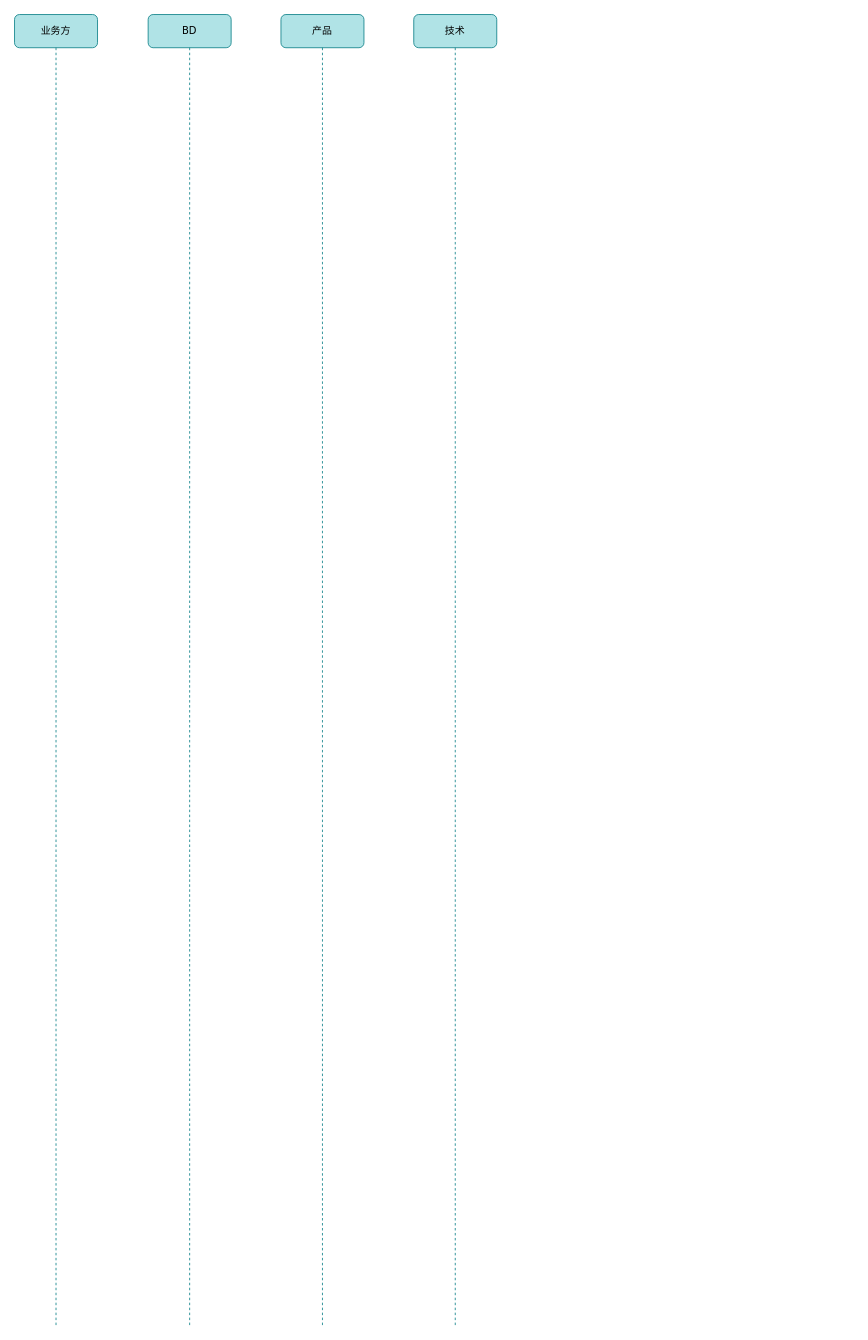
Earlier version of the draw.io diagram page "渠道对接流程" (10 of 10) of 渠道时序图v2.drawio (CatFei666/drawio_gallery). Source tidied: cells renumbered, new cells numbered last; positions are measured from the earlier drawing's top-left corner, leaving out a move shared by most shapes. Both pictures are drawn from the tidied source at 83%, with x=0, y=0 at pixel (14, 14).
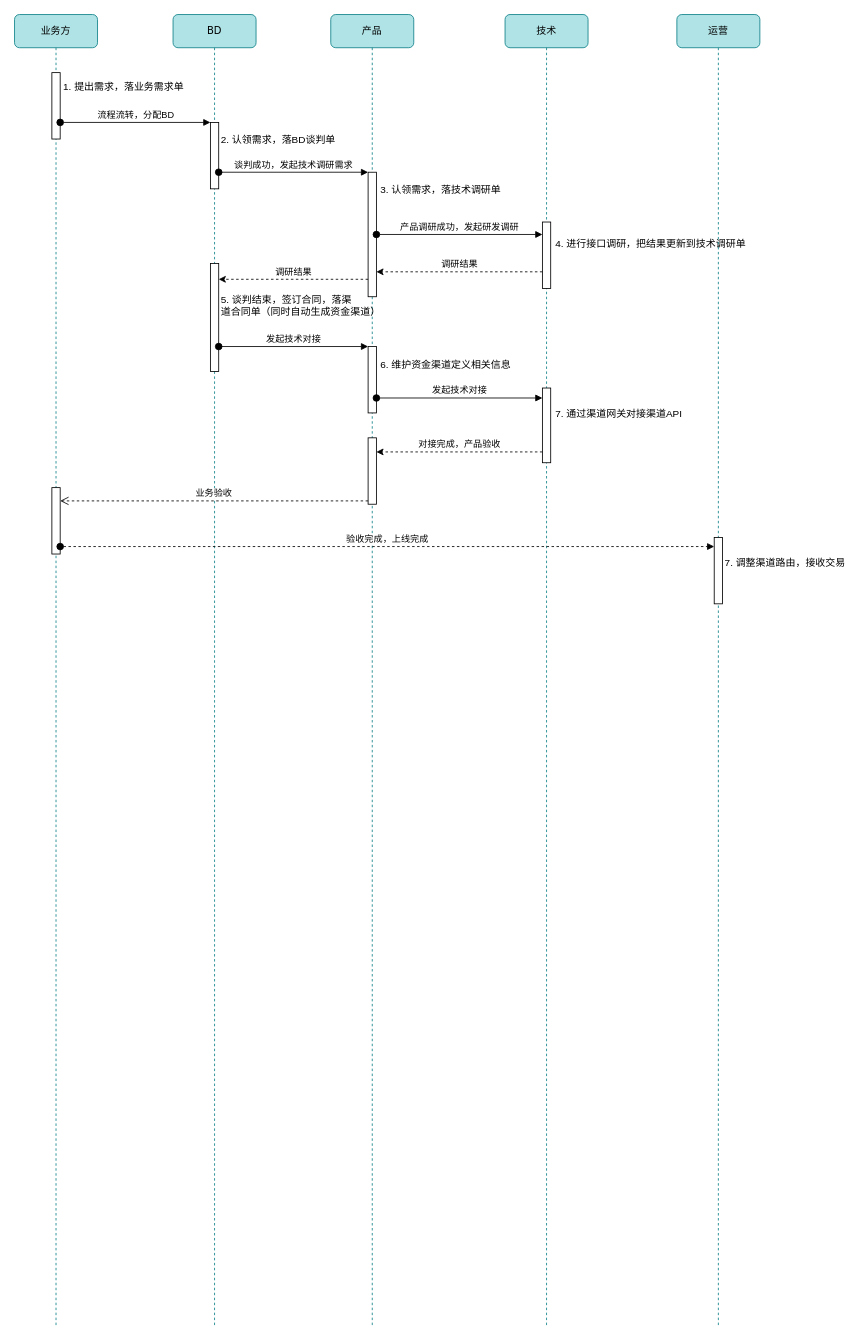
The same diagram, later.

Unchanged cells that the change refers to:
```xml
<mxCell id="2" value="业务方" style="shape=umlLifeline;perimeter=lifelinePerimeter;whiteSpace=wrap;html=1;rounded=1;shadow=0;glass=0;comic=0;sketch=0;strokeWidth=1;fontFamily=Verdana;fillColor=#b0e3e6;strokeColor=#0e8088;" parent="1" vertex="1">
  <mxGeometry width="100" height="1580" as="geometry" />
</mxCell>
```

The edit, as a diff of the source:
```diff
@@
+    <mxCell id="6" style="html=1;points=[];perimeter=orthogonalPerimeter;fontColor=#000000;strokeColor=#000000;align=center;verticalAlign=middle;" parent="2" vertex="1">
+      <mxGeometry x="45" y="70" width="10" height="80" as="geometry" />
+    </mxCell>
+    <mxCell id="7" style="html=1;points=[];perimeter=orthogonalPerimeter;fontColor=#000000;strokeColor=#000000;align=center;verticalAlign=middle;" parent="2" vertex="1">
+      <mxGeometry x="45" y="570" width="10" height="80" as="geometry" />
+    </mxCell>
     <mxCell id="3" value="BD" style="shape=umlLifeline;perimeter=lifelinePerimeter;whiteSpace=wrap;html=1;rounded=1;shadow=0;glass=0;comic=0;sketch=0;strokeWidth=1;fontFamily=Verdana;fillColor=#b0e3e6;strokeColor=#0e8088;" parent="1" vertex="1">
-      <mxGeometry x="161" width="100" height="1580" as="geometry" />
+      <mxGeometry x="191" width="100" height="1580" as="geometry" />
     </mxCell>
+    <mxCell id="8" style="html=1;points=[];perimeter=orthogonalPerimeter;fontColor=#000000;strokeColor=#000000;align=center;verticalAlign=middle;" parent="3" vertex="1">
+      <mxGeometry x="45" y="130" width="10" height="80" as="geometry" />
+    </mxCell>
+    <mxCell id="9" style="html=1;points=[];perimeter=orthogonalPerimeter;fontColor=#000000;strokeColor=#000000;align=center;verticalAlign=middle;" parent="3" vertex="1">
+      <mxGeometry x="45" y="300" width="10" height="130" as="geometry" />
+    </mxCell>
     <mxCell id="4" value="产品" style="shape=umlLifeline;perimeter=lifelinePerimeter;whiteSpace=wrap;html=1;rounded=1;shadow=0;glass=0;comic=0;sketch=0;strokeWidth=1;fontFamily=Verdana;fillColor=#b0e3e6;strokeColor=#0e8088;" parent="1" vertex="1">
-      <mxGeometry x="321" width="100" height="1580" as="geometry" />
+      <mxGeometry x="381" width="100" height="1580" as="geometry" />
     </mxCell>
+    <mxCell id="10" style="html=1;points=[];perimeter=orthogonalPerimeter;fontColor=#000000;strokeColor=#000000;align=center;verticalAlign=middle;" parent="4" vertex="1">
+      <mxGeometry x="45" y="190" width="10" height="150" as="geometry" />
+    </mxCell>
+    <mxCell id="11" style="html=1;points=[];perimeter=orthogonalPerimeter;fontColor=#000000;strokeColor=#000000;align=center;verticalAlign=middle;" parent="4" vertex="1">
+      <mxGeometry x="45" y="400" width="10" height="80" as="geometry" />
+    </mxCell>
+    <mxCell id="12" style="html=1;points=[];perimeter=orthogonalPerimeter;fontColor=#000000;strokeColor=#000000;align=center;verticalAlign=middle;" parent="4" vertex="1">
+      <mxGeometry x="45" y="510" width="10" height="80" as="geometry" />
+    </mxCell>
     <mxCell id="5" value="技术" style="shape=umlLifeline;perimeter=lifelinePerimeter;whiteSpace=wrap;html=1;rounded=1;shadow=0;glass=0;comic=0;sketch=0;strokeWidth=1;fontFamily=Verdana;fillColor=#b0e3e6;strokeColor=#0e8088;" parent="1" vertex="1">
-      <mxGeometry x="481" width="100" height="1580" as="geometry" />
+      <mxGeometry x="591" width="100" height="1580" as="geometry" />
     </mxCell>
+    <mxCell id="13" style="html=1;points=[];perimeter=orthogonalPerimeter;fontColor=#000000;strokeColor=#000000;align=center;verticalAlign=middle;" parent="5" vertex="1">
+      <mxGeometry x="45" y="250" width="10" height="80" as="geometry" />
+    </mxCell>
+    <mxCell id="14" style="html=1;perimeter=orthogonalPerimeter;fontColor=#000000;strokeColor=#000000;align=center;verticalAlign=middle;" parent="5" vertex="1">
+      <mxGeometry x="45" y="450" width="10" height="90" as="geometry" />
+    </mxCell>
+    <mxCell id="15" value="1. 提出需求，落业务需求单" style="text;align=left;fontStyle=0;verticalAlign=middle;spacingLeft=3;spacingRight=3;strokeColor=none;" parent="1" vertex="1">
+      <mxGeometry x="54" y="67" width="160" height="40" as="geometry" />
+    </mxCell>
+    <mxCell id="16" value="流程流转，分配BD" style="html=1;verticalAlign=bottom;startArrow=oval;endArrow=block;startSize=8;rounded=0;fontColor=#000000;" parent="1" edge="1" source="6" target="8">
+      <mxGeometry relative="1" as="geometry" />
+    </mxCell>
+    <mxCell id="17" value="2. 认领需求，落BD谈判单" style="text;align=left;fontStyle=0;verticalAlign=middle;spacingLeft=3;spacingRight=3;strokeColor=none;" parent="1" vertex="1">
+      <mxGeometry x="244" y="130" width="160" height="40" as="geometry" />
+    </mxCell>
+    <mxCell id="18" value="谈判成功，发起技术调研需求" style="html=1;verticalAlign=bottom;startArrow=oval;endArrow=block;startSize=8;rounded=0;fontColor=#000000;" parent="1" edge="1" source="8" target="10">
+      <mxGeometry relative="1" as="geometry" />
+    </mxCell>
+    <mxCell id="19" value="3. 认领需求，落技术调研单" style="text;align=left;fontStyle=0;verticalAlign=middle;spacingLeft=3;spacingRight=3;strokeColor=none;" parent="1" vertex="1">
+      <mxGeometry x="436" y="190" width="160" height="40" as="geometry" />
+    </mxCell>
+    <mxCell id="20" value="产品调研成功，发起研发调研" style="html=1;verticalAlign=bottom;startArrow=oval;endArrow=block;startSize=8;rounded=0;fontColor=#000000;" parent="1" edge="1" source="10" target="13">
+      <mxGeometry relative="1" as="geometry" />
+    </mxCell>
+    <mxCell id="21" value="4. 进行接口调研，把结果更新到技术调研单" style="text;align=left;fontStyle=0;verticalAlign=middle;spacingLeft=3;spacingRight=3;strokeColor=none;" parent="1" vertex="1">
+      <mxGeometry x="647" y="256" width="160" height="40" as="geometry" />
+    </mxCell>
+    <mxCell id="22" value="调研结果" style="edgeStyle=none;rounded=0;jettySize=auto;html=1;fontColor=#000000;dashed=1;verticalAlign=bottom;" parent="1" edge="1" target="10">
+      <mxGeometry relative="1" as="geometry">
+        <mxPoint x="636" y="310" as="sourcePoint" />
+      </mxGeometry>
+    </mxCell>
+    <mxCell id="23" value="调研结果" style="edgeStyle=none;rounded=0;orthogonalLoop=1;jettySize=auto;html=1;dashed=1;fontColor=#000000;verticalAlign=bottom;" parent="1" edge="1">
+      <mxGeometry relative="1" as="geometry">
+        <mxPoint x="426" y="319" as="sourcePoint" />
+        <mxPoint x="246" y="319" as="targetPoint" />
+      </mxGeometry>
+    </mxCell>
+    <mxCell id="24" value="5. 谈判结束，签订合同，落渠&#10;道合同单（同时自动生成资金渠道）" style="text;align=left;fontStyle=0;verticalAlign=middle;spacingLeft=3;spacingRight=3;strokeColor=none;" parent="1" vertex="1">
+      <mxGeometry x="244" y="330" width="160" height="40" as="geometry" />
+    </mxCell>
+    <mxCell id="25" value="发起技术对接" style="html=1;verticalAlign=bottom;startArrow=oval;endArrow=block;startSize=8;rounded=0;fontColor=#000000;" parent="1" edge="1">
+      <mxGeometry relative="1" as="geometry">
+        <mxPoint x="436" y="462" as="sourcePoint" />
+        <mxPoint x="636" y="462" as="targetPoint" />
+      </mxGeometry>
+    </mxCell>
+    <mxCell id="26" value="7. 通过渠道网关对接渠道API" style="text;align=left;fontStyle=0;verticalAlign=middle;spacingLeft=3;spacingRight=3;strokeColor=none;" parent="1" vertex="1">
+      <mxGeometry x="647" y="460" width="160" height="40" as="geometry" />
+    </mxCell>
+    <mxCell id="27" value="发起技术对接" style="html=1;verticalAlign=bottom;startArrow=oval;endArrow=block;startSize=8;rounded=0;fontColor=#000000;" parent="1" edge="1" source="9" target="11">
+      <mxGeometry relative="1" as="geometry" />
+    </mxCell>
+    <mxCell id="28" value="6. 维护资金渠道定义相关信息" style="text;align=left;fontStyle=0;verticalAlign=middle;spacingLeft=3;spacingRight=3;strokeColor=none;" parent="1" vertex="1">
+      <mxGeometry x="436" y="401" width="160" height="40" as="geometry" />
+    </mxCell>
+    <mxCell id="29" value="对接完成，产品验收" style="edgeStyle=none;rounded=0;orthogonalLoop=1;jettySize=auto;html=1;fontColor=#000000;verticalAlign=bottom;dashed=1;" parent="1" edge="1">
+      <mxGeometry relative="1" as="geometry">
+        <mxPoint x="636" y="527" as="sourcePoint" />
+        <mxPoint x="436" y="527" as="targetPoint" />
+      </mxGeometry>
+    </mxCell>
+    <mxCell id="30" value="运营" style="shape=umlLifeline;perimeter=lifelinePerimeter;whiteSpace=wrap;html=1;rounded=1;shadow=0;glass=0;comic=0;sketch=0;strokeWidth=1;fontFamily=Verdana;fillColor=#b0e3e6;strokeColor=#0e8088;" parent="1" vertex="1">
+      <mxGeometry x="798" width="100" height="1580" as="geometry" />
+    </mxCell>
+    <mxCell id="31" style="html=1;perimeter=orthogonalPerimeter;fontColor=#000000;strokeColor=#000000;align=center;verticalAlign=middle;" parent="30" vertex="1">
+      <mxGeometry x="45" y="630" width="10" height="80" as="geometry" />
+    </mxCell>
+    <mxCell id="32" value="业务验收" style="html=1;verticalAlign=bottom;endArrow=open;dashed=1;endSize=8;exitX=0;exitY=0.95;rounded=0;fontColor=#000000;" parent="1" edge="1" source="12" target="7">
+      <mxGeometry relative="1" as="geometry" />
+    </mxCell>
+    <mxCell id="33" value="验收完成，上线完成" style="html=1;verticalAlign=bottom;startArrow=oval;endArrow=block;startSize=8;rounded=0;dashed=1;fontColor=#000000;" parent="1" edge="1">
+      <mxGeometry relative="1" as="geometry">
+        <mxPoint x="55" y="641" as="sourcePoint" />
+        <mxPoint x="843" y="641" as="targetPoint" />
+      </mxGeometry>
+    </mxCell>
+    <mxCell id="34" value="7. 调整渠道路由，接收交易" style="text;align=left;fontStyle=0;verticalAlign=middle;spacingLeft=3;spacingRight=3;strokeColor=none;" parent="1" vertex="1">
+      <mxGeometry x="851" y="640" width="160" height="40" as="geometry" />
+    </mxCell>
```
